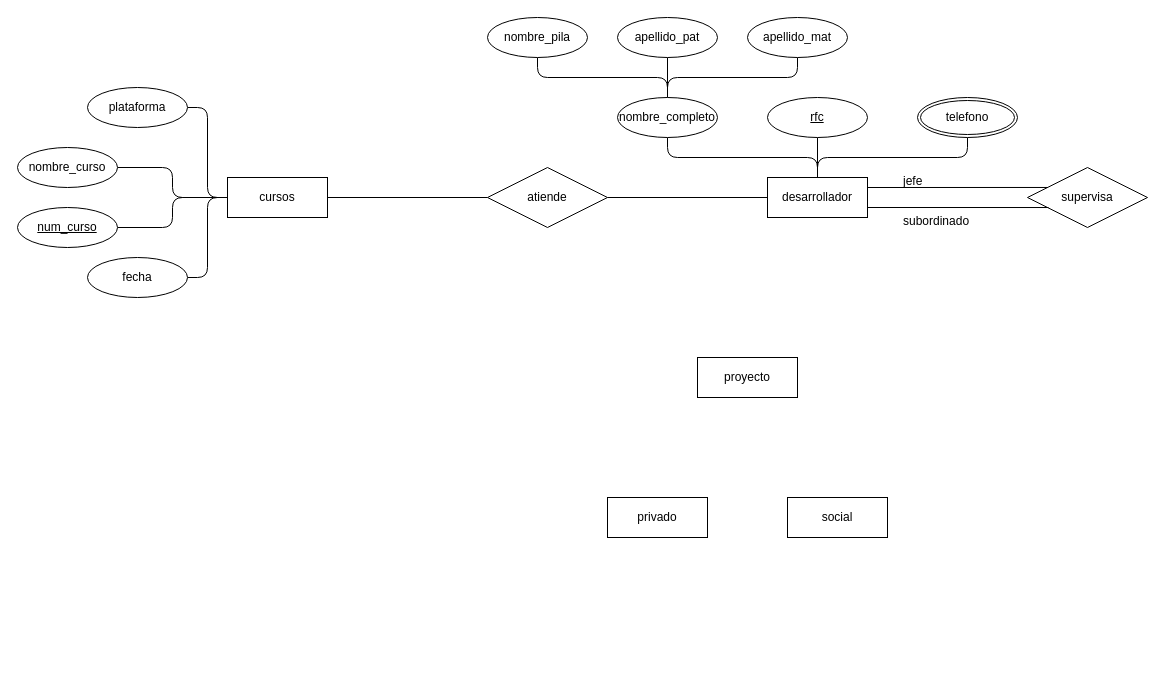
Earlier version of the draw.io diagram Examen-Corte-2.drawio (xmr-p/DatabaseCharts). Source tidied: cells renumbered, new cells numbered last; positions are measured from the earlier drawing's top-left corner, leaving out a move shared by most shapes. Both pictures are drawn from the tidied source at 100%, with x=0, y=0 at pixel (17, 17).
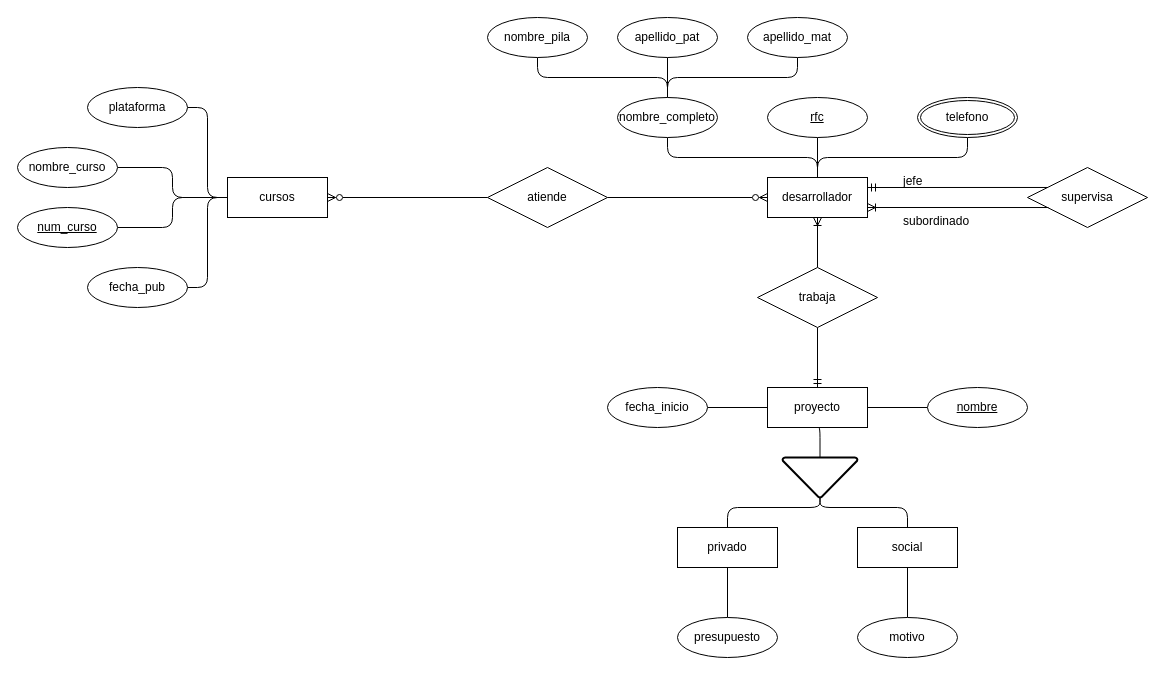
The same page after the edit.

Unchanged cells that the change refers to:
```xml
<mxCell id="5" value="desarrollador" style="whiteSpace=wrap;html=1;align=center;" parent="1" vertex="1">
  <mxGeometry x="750" y="160" width="100" height="40" as="geometry" />
</mxCell>
<mxCell id="18" value="supervisa" style="shape=rhombus;perimeter=rhombusPerimeter;whiteSpace=wrap;html=1;align=center;" parent="1" vertex="1">
  <mxGeometry x="1010" y="150" width="120" height="60" as="geometry" />
</mxCell>
<mxCell id="24" value="atiende" style="shape=rhombus;perimeter=rhombusPerimeter;whiteSpace=wrap;html=1;align=center;" parent="1" vertex="1">
  <mxGeometry x="470" y="150" width="120" height="60" as="geometry" />
</mxCell>
<mxCell id="30" value="cursos" style="whiteSpace=wrap;html=1;align=center;" parent="1" vertex="1">
  <mxGeometry x="210" y="160" width="100" height="40" as="geometry" />
</mxCell>
```

What changed in the source:
```diff
@@
+    <mxCell id="35" style="edgeStyle=orthogonalEdgeStyle;rounded=1;jettySize=auto;html=1;exitX=1;exitY=0.5;exitDx=0;exitDy=0;entryX=0;entryY=0.5;entryDx=0;entryDy=0;curved=0;endArrow=none;endFill=0;" parent="1" edge="1" source="2" target="43">
+      <mxGeometry relative="1" as="geometry" />
+    </mxCell>
     <mxCell id="2" value="proyecto" style="whiteSpace=wrap;html=1;align=center;" parent="1" vertex="1">
-      <mxGeometry x="680" y="340" width="100" height="40" as="geometry" />
+      <mxGeometry x="750" y="370" width="100" height="40" as="geometry" />
     </mxCell>
@@
+    <mxCell id="36" style="edgeStyle=orthogonalEdgeStyle;rounded=1;jettySize=auto;html=1;exitX=0.5;exitY=1;exitDx=0;exitDy=0;entryX=0.5;entryY=0;entryDx=0;entryDy=0;endArrow=none;endFill=0;curved=0;startArrow=ERoneToMany;startFill=0;" parent="1" edge="1" source="5" target="38">
+      <mxGeometry relative="1" as="geometry" />
+    </mxCell>
@@
     <mxCell id="6" value="social" style="whiteSpace=wrap;html=1;align=center;" parent="1" vertex="1">
-      <mxGeometry x="770" y="480" width="100" height="40" as="geometry" />
+      <mxGeometry x="840" y="510" width="100" height="40" as="geometry" />
     </mxCell>
     <mxCell id="7" value="privado" style="whiteSpace=wrap;html=1;align=center;" parent="1" vertex="1">
-      <mxGeometry x="590" y="480" width="100" height="40" as="geometry" />
+      <mxGeometry x="660" y="510" width="100" height="40" as="geometry" />
     </mxCell>
@@
-    <mxCell id="19" style="edgeStyle=orthogonalEdgeStyle;rounded=1;jettySize=auto;html=1;exitX=1;exitY=0.25;exitDx=0;exitDy=0;entryX=0.167;entryY=0.333;entryDx=0;entryDy=0;entryPerimeter=0;curved=0;endArrow=none;endFill=0;" parent="1" edge="1" source="5" target="18">
+    <mxCell id="19" style="edgeStyle=orthogonalEdgeStyle;rounded=1;jettySize=auto;html=1;exitX=1;exitY=0.25;exitDx=0;exitDy=0;entryX=0.167;entryY=0.333;entryDx=0;entryDy=0;entryPerimeter=0;curved=0;endArrow=none;endFill=0;startArrow=ERmandOne;startFill=0;" parent="1" edge="1" source="5" target="18">
       <mxGeometry relative="1" as="geometry" />
     </mxCell>
-    <mxCell id="20" style="edgeStyle=orthogonalEdgeStyle;rounded=1;jettySize=auto;html=1;exitX=1;exitY=0.75;exitDx=0;exitDy=0;entryX=0.175;entryY=0.667;entryDx=0;entryDy=0;entryPerimeter=0;endArrow=none;endFill=0;curved=0;" parent="1" edge="1" source="5" target="18">
+    <mxCell id="20" style="edgeStyle=orthogonalEdgeStyle;rounded=1;jettySize=auto;html=1;exitX=1;exitY=0.75;exitDx=0;exitDy=0;entryX=0.175;entryY=0.667;entryDx=0;entryDy=0;entryPerimeter=0;endArrow=none;endFill=0;curved=0;startArrow=ERoneToMany;startFill=0;" parent="1" edge="1" source="5" target="18">
       <mxGeometry relative="1" as="geometry" />
     </mxCell>
@@
-    <mxCell id="23" style="edgeStyle=orthogonalEdgeStyle;rounded=1;jettySize=auto;html=1;exitX=1;exitY=0.5;exitDx=0;exitDy=0;entryX=0;entryY=0.5;entryDx=0;entryDy=0;curved=0;endArrow=none;endFill=0;" parent="1" edge="1" source="24" target="5">
+    <mxCell id="23" style="edgeStyle=orthogonalEdgeStyle;rounded=1;jettySize=auto;html=1;exitX=1;exitY=0.5;exitDx=0;exitDy=0;entryX=0;entryY=0.5;entryDx=0;entryDy=0;curved=0;endArrow=ERzeroToMany;endFill=0;" parent="1" edge="1" source="24" target="5">
       <mxGeometry relative="1" as="geometry" />
     </mxCell>
@@
-    <mxCell id="25" style="edgeStyle=orthogonalEdgeStyle;rounded=1;jettySize=auto;html=1;exitX=1;exitY=0.5;exitDx=0;exitDy=0;entryX=0;entryY=0.5;entryDx=0;entryDy=0;curved=0;endArrow=none;endFill=0;" parent="1" edge="1" source="30" target="24">
+    <mxCell id="25" style="edgeStyle=orthogonalEdgeStyle;rounded=1;jettySize=auto;html=1;exitX=1;exitY=0.5;exitDx=0;exitDy=0;entryX=0;entryY=0.5;entryDx=0;entryDy=0;curved=0;endArrow=none;endFill=0;startArrow=ERzeroToMany;startFill=0;" parent="1" edge="1" source="30" target="24">
       <mxGeometry relative="1" as="geometry" />
     </mxCell>
@@
-    <mxCell id="33" value="fecha" style="ellipse;whiteSpace=wrap;html=1;align=center;" parent="1" vertex="1">
-      <mxGeometry x="70" y="240" width="100" height="40" as="geometry" />
+    <mxCell id="33" value="fecha_pub" style="ellipse;whiteSpace=wrap;html=1;align=center;" parent="1" vertex="1">
+      <mxGeometry x="70" y="250" width="100" height="40" as="geometry" />
     </mxCell>
@@
+    <mxCell id="37" style="edgeStyle=orthogonalEdgeStyle;rounded=1;jettySize=auto;html=1;exitX=0.5;exitY=1;exitDx=0;exitDy=0;entryX=0.5;entryY=0;entryDx=0;entryDy=0;curved=0;endArrow=ERmandOne;endFill=0;" parent="1" edge="1" source="38" target="2">
+      <mxGeometry relative="1" as="geometry" />
+    </mxCell>
+    <mxCell id="38" value="trabaja" style="shape=rhombus;perimeter=rhombusPerimeter;whiteSpace=wrap;html=1;align=center;" parent="1" vertex="1">
+      <mxGeometry x="740" y="250" width="120" height="60" as="geometry" />
+    </mxCell>
+    <mxCell id="39" style="edgeStyle=orthogonalEdgeStyle;rounded=1;jettySize=auto;html=1;exitX=0.5;exitY=1;exitDx=0;exitDy=0;exitPerimeter=0;entryX=0.5;entryY=0;entryDx=0;entryDy=0;curved=0;endArrow=none;endFill=0;" parent="1" edge="1" source="41" target="7">
+      <mxGeometry relative="1" as="geometry">
+        <Array as="points">
+          <mxPoint x="803" y="490" />
+          <mxPoint x="710" y="490" />
+        </Array>
+      </mxGeometry>
+    </mxCell>
+    <mxCell id="40" style="edgeStyle=orthogonalEdgeStyle;rounded=1;jettySize=auto;html=1;exitX=0.5;exitY=1;exitDx=0;exitDy=0;exitPerimeter=0;entryX=0.5;entryY=0;entryDx=0;entryDy=0;curved=0;endArrow=none;endFill=0;" parent="1" edge="1" source="41" target="6">
+      <mxGeometry relative="1" as="geometry">
+        <Array as="points">
+          <mxPoint x="803" y="490" />
+          <mxPoint x="890" y="490" />
+        </Array>
+      </mxGeometry>
+    </mxCell>
+    <mxCell id="41" style="strokeWidth=2;html=1;shape=mxgraph.flowchart.merge_or_storage;whiteSpace=wrap;" parent="1" vertex="1">
+      <mxGeometry x="765" y="440" width="75" height="40" as="geometry" />
+    </mxCell>
+    <mxCell id="42" style="edgeStyle=orthogonalEdgeStyle;rounded=1;jettySize=auto;html=1;exitX=0.5;exitY=1;exitDx=0;exitDy=0;entryX=0.5;entryY=0;entryDx=0;entryDy=0;entryPerimeter=0;curved=0;endArrow=none;endFill=0;" parent="1" edge="1" source="2" target="41">
+      <mxGeometry relative="1" as="geometry" />
+    </mxCell>
+    <mxCell id="43" value="nombre" style="ellipse;whiteSpace=wrap;html=1;align=center;fontStyle=4;" parent="1" vertex="1">
+      <mxGeometry x="910" y="370" width="100" height="40" as="geometry" />
+    </mxCell>
+    <mxCell id="44" style="edgeStyle=orthogonalEdgeStyle;rounded=1;jettySize=auto;html=1;exitX=1;exitY=0.5;exitDx=0;exitDy=0;entryX=0;entryY=0.5;entryDx=0;entryDy=0;curved=0;endArrow=none;endFill=0;" parent="1" edge="1" source="45" target="2">
+      <mxGeometry relative="1" as="geometry" />
+    </mxCell>
+    <mxCell id="45" value="fecha_inicio" style="ellipse;whiteSpace=wrap;html=1;align=center;" parent="1" vertex="1">
+      <mxGeometry x="590" y="370" width="100" height="40" as="geometry" />
+    </mxCell>
+    <mxCell id="46" style="edgeStyle=orthogonalEdgeStyle;rounded=1;jettySize=auto;html=1;exitX=0.5;exitY=0;exitDx=0;exitDy=0;entryX=0.5;entryY=1;entryDx=0;entryDy=0;endArrow=none;endFill=0;curved=0;" parent="1" edge="1" source="47" target="7">
+      <mxGeometry relative="1" as="geometry" />
+    </mxCell>
+    <mxCell id="47" value="presupuesto" style="ellipse;whiteSpace=wrap;html=1;align=center;" parent="1" vertex="1">
+      <mxGeometry x="660" y="600" width="100" height="40" as="geometry" />
+    </mxCell>
+    <mxCell id="48" style="edgeStyle=orthogonalEdgeStyle;rounded=1;jettySize=auto;html=1;exitX=0.5;exitY=0;exitDx=0;exitDy=0;entryX=0.5;entryY=1;entryDx=0;entryDy=0;curved=0;endArrow=none;endFill=0;" parent="1" edge="1" source="49" target="6">
+      <mxGeometry relative="1" as="geometry" />
+    </mxCell>
+    <mxCell id="49" value="motivo" style="ellipse;whiteSpace=wrap;html=1;align=center;" parent="1" vertex="1">
+      <mxGeometry x="840" y="600" width="100" height="40" as="geometry" />
+    </mxCell>
```
